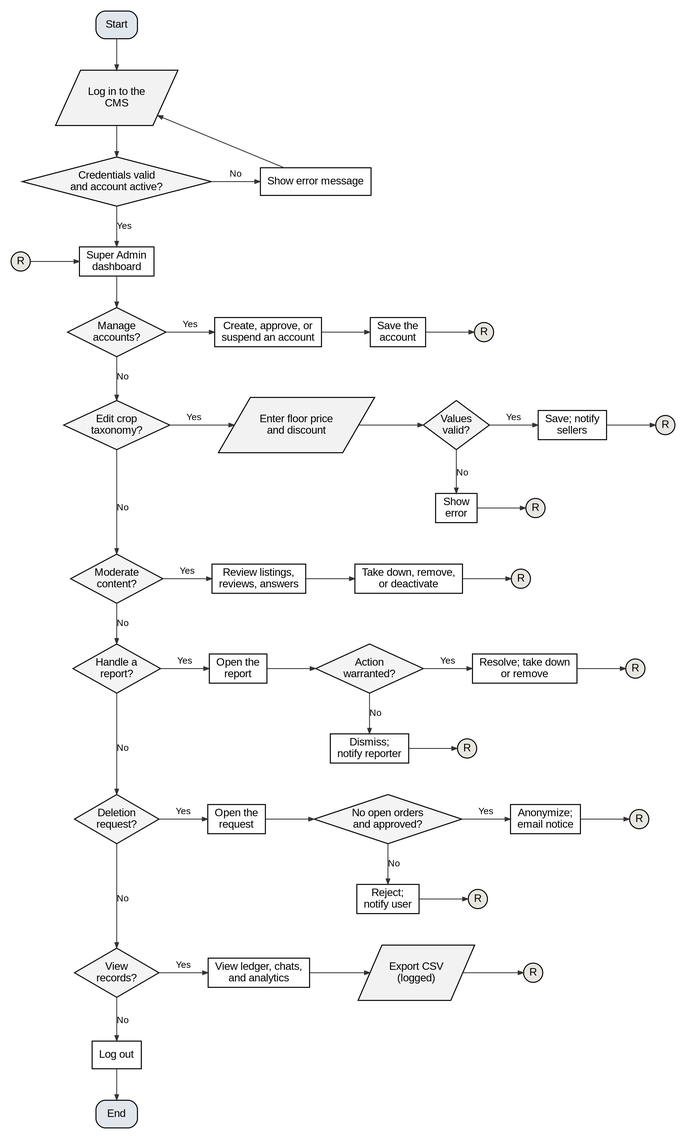
Earlier version of the Graphviz export docs/manuscript/figures/fig5b_flow_super_admin.png (shawncastaneda11-commits/anihow-backend). Its source is kept beside it as docs/manuscript/figures/src/fig5b_flow_super_admin.dot.
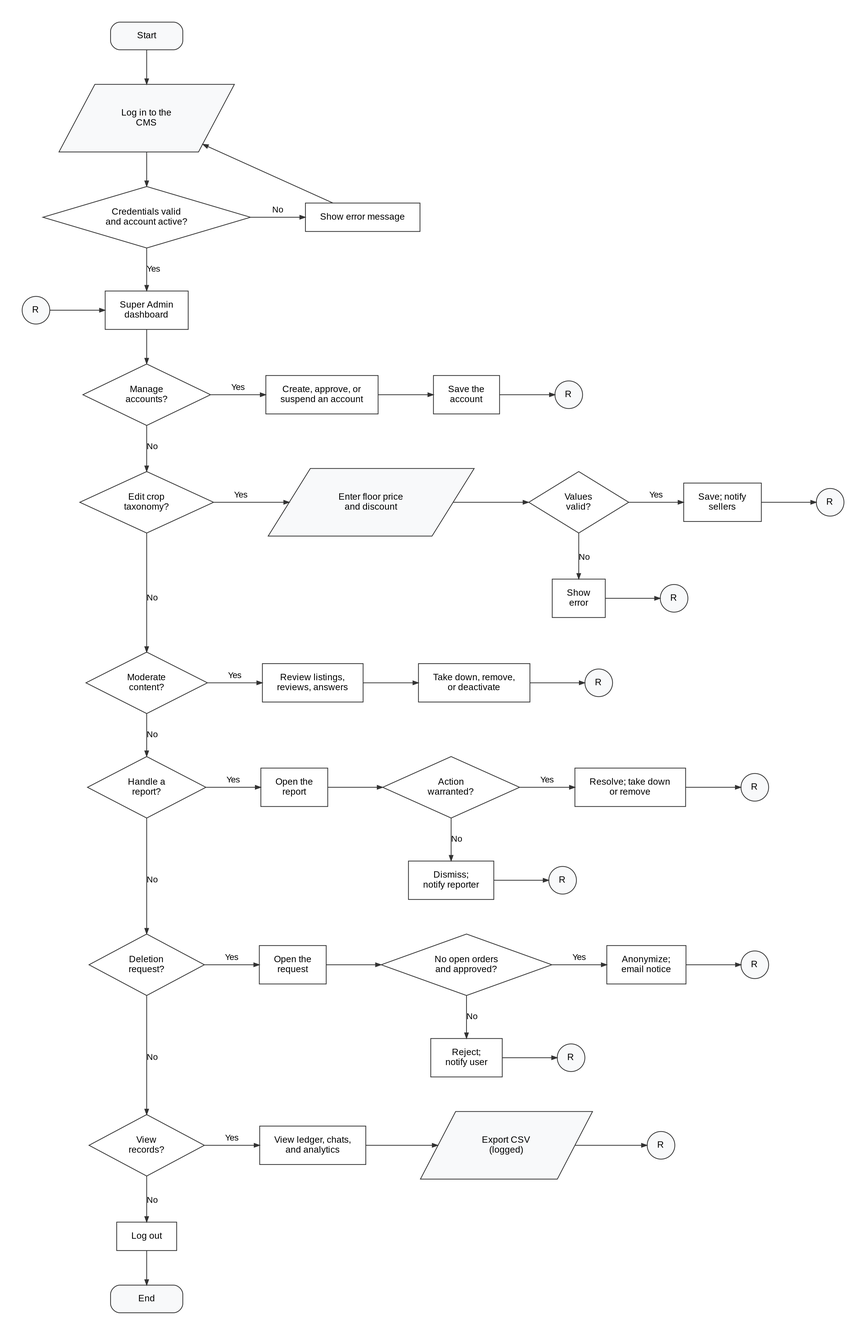
The same diagram one commit later.

Change to the diagram source:
```diff
@@ -1,15 +1,15 @@
 digraph G {
-  graph [rankdir=TB, nodesep=0.45, ranksep=0.55, pad=0.2, fontname="Liberation Sans", newrank=true, splines=polyline];
-  node  [fontname="Liberation Sans", fontsize=14, penwidth=1.3, style=filled, fillcolor="#FFFFFF", margin="0.12,0.06"];
-  edge  [penwidth=1.1, arrowsize=0.7, color="#333333", fontname="Liberation Sans", fontsize=12];
-  s [shape=box, style="rounded,filled", fillcolor="#E1E6ED", label="Start"];
-  li [shape=parallelogram, fillcolor="#F2F2F2", label="Log in to the\nCMS", margin="0.02,0.04"];
-  ok [shape=diamond, fillcolor="#F4F4F4", label="Credentials valid\nand account active?", margin="0.02,0.02"];
+  graph [rankdir=TB, nodesep=0.5, ranksep=0.6, pad=0.4, fontname="Liberation Sans", newrank=true, splines=polyline, bgcolor="white"];
+  node  [fontname="Liberation Sans", fontsize=12, penwidth=1, color="#333333", style=filled, fillcolor="#FFFFFF", margin="0.26,0.16"];
+  edge  [penwidth=1, arrowsize=0.7, color="#333333", fontname="Liberation Sans", fontsize=11];
+  s [shape=box, style="rounded,filled", fillcolor="#F8F9FA", width=1.3, height=0.5, margin="0.2,0.1", label="Start"];
+  li [shape=parallelogram, fillcolor="#F8F9FA", label="Log in to the\nCMS", margin="0.30,0.12"];
+  ok [shape=diamond, fillcolor="#FFFFFF", label="Credentials valid\nand account active?", margin="0.20,0.10"];
   err [shape=box, label="Show error message"];
-  ain [shape=circle, width=0.35, fixedsize=true, fillcolor="#E8E6E0", label="R"];
+  ain [shape=circle, width=0.5, fixedsize=true, fillcolor="#F8F9FA", label="R"];
   home [shape=box, label="Super Admin\ndashboard"];
   lo [shape=box, label="Log out"];
-  end [shape=box, style="rounded,filled", fillcolor="#E1E6ED", label="End"];
+  end [shape=box, style="rounded,filled", fillcolor="#F8F9FA", width=1.3, height=0.5, margin="0.2,0.1", label="End"];
   s -> li;
   li -> ok;
   ok -> err [label="No"];
@@ -18,79 +18,79 @@
   ain -> home;
   {rank=same; ok err}
   {rank=same; home ain}
-  q0 [shape=diamond, fillcolor="#F4F4F4", label="Manage\naccounts?", margin="0.02,0.02"];
+  q0 [shape=diamond, fillcolor="#FFFFFF", label="Manage\naccounts?", margin="0.20,0.10"];
   home -> q0;
   s0_0 [shape=box, label="Create, approve, or\nsuspend an account"];
   q0 -> s0_0 [label="Yes"];
   s0_1 [shape=box, label="Save the\naccount"];
   s0_0 -> s0_1;
-  r0 [shape=circle, width=0.35, fixedsize=true, fillcolor="#E8E6E0", label="R"];
+  r0 [shape=circle, width=0.5, fixedsize=true, fillcolor="#F8F9FA", label="R"];
   s0_1 -> r0;
   {rank=same; q0; s0_0; s0_1; r0}
-  q1 [shape=diamond, fillcolor="#F4F4F4", label="Edit crop\ntaxonomy?", margin="0.02,0.02"];
+  q1 [shape=diamond, fillcolor="#FFFFFF", label="Edit crop\ntaxonomy?", margin="0.20,0.10"];
   q0 -> q1 [label="No"];
-  s1_0 [shape=parallelogram, fillcolor="#F2F2F2", label="Enter floor price\nand discount", margin="0.02,0.04"];
+  s1_0 [shape=parallelogram, fillcolor="#F8F9FA", label="Enter floor price\nand discount", margin="0.30,0.12"];
   q1 -> s1_0 [label="Yes"];
-  s1_1 [shape=diamond, fillcolor="#F4F4F4", label="Values\nvalid?", margin="0.02,0.02"];
+  s1_1 [shape=diamond, fillcolor="#FFFFFF", label="Values\nvalid?", margin="0.20,0.10"];
   s1_0 -> s1_1;
   a1_1 [shape=box, label="Show\nerror"];
-  xa1_1 [shape=circle, width=0.35, fixedsize=true, fillcolor="#E8E6E0", label="R"];
+  xa1_1 [shape=circle, width=0.5, fixedsize=true, fillcolor="#F8F9FA", label="R"];
   s1_1 -> a1_1 [label="No"];
   a1_1 -> xa1_1;
   {rank=same; a1_1; xa1_1}
   s1_2 [shape=box, label="Save; notify\nsellers"];
   s1_1 -> s1_2 [label="Yes"];
-  r1 [shape=circle, width=0.35, fixedsize=true, fillcolor="#E8E6E0", label="R"];
+  r1 [shape=circle, width=0.5, fixedsize=true, fillcolor="#F8F9FA", label="R"];
   s1_2 -> r1;
   {rank=same; q1; s1_0; s1_1; s1_2; r1}
-  q2 [shape=diamond, fillcolor="#F4F4F4", label="Moderate\ncontent?", margin="0.02,0.02"];
+  q2 [shape=diamond, fillcolor="#FFFFFF", label="Moderate\ncontent?", margin="0.20,0.10"];
   q1 -> q2 [label="No", minlen=2];
   s2_0 [shape=box, label="Review listings,\nreviews, answers"];
   q2 -> s2_0 [label="Yes"];
   s2_1 [shape=box, label="Take down, remove,\nor deactivate"];
   s2_0 -> s2_1;
-  r2 [shape=circle, width=0.35, fixedsize=true, fillcolor="#E8E6E0", label="R"];
+  r2 [shape=circle, width=0.5, fixedsize=true, fillcolor="#F8F9FA", label="R"];
   s2_1 -> r2;
   {rank=same; q2; s2_0; s2_1; r2}
-  q3 [shape=diamond, fillcolor="#F4F4F4", label="Handle a\nreport?", margin="0.02,0.02"];
+  q3 [shape=diamond, fillcolor="#FFFFFF", label="Handle a\nreport?", margin="0.20,0.10"];
   q2 -> q3 [label="No"];
   s3_0 [shape=box, label="Open the\nreport"];
   q3 -> s3_0 [label="Yes"];
-  s3_1 [shape=diamond, fillcolor="#F4F4F4", label="Action\nwarranted?", margin="0.02,0.02"];
+  s3_1 [shape=diamond, fillcolor="#FFFFFF", label="Action\nwarranted?", margin="0.20,0.10"];
   s3_0 -> s3_1;
   a3_1 [shape=box, label="Dismiss;\nnotify reporter"];
-  xa3_1 [shape=circle, width=0.35, fixedsize=true, fillcolor="#E8E6E0", label="R"];
+  xa3_1 [shape=circle, width=0.5, fixedsize=true, fillcolor="#F8F9FA", label="R"];
   s3_1 -> a3_1 [label="No"];
   a3_1 -> xa3_1;
   {rank=same; a3_1; xa3_1}
   s3_2 [shape=box, label="Resolve; take down\nor remove"];
   s3_1 -> s3_2 [label="Yes"];
-  r3 [shape=circle, width=0.35, fixedsize=true, fillcolor="#E8E6E0", label="R"];
+  r3 [shape=circle, width=0.5, fixedsize=true, fillcolor="#F8F9FA", label="R"];
   s3_2 -> r3;
   {rank=same; q3; s3_0; s3_1; s3_2; r3}
-  q4 [shape=diamond, fillcolor="#F4F4F4", label="Deletion\nrequest?", margin="0.02,0.02"];
+  q4 [shape=diamond, fillcolor="#FFFFFF", label="Deletion\nrequest?", margin="0.20,0.10"];
   q3 -> q4 [label="No", minlen=2];
   s4_0 [shape=box, label="Open the\nrequest"];
   q4 -> s4_0 [label="Yes"];
-  s4_1 [shape=diamond, fillcolor="#F4F4F4", label="No open orders\nand approved?", margin="0.02,0.02"];
+  s4_1 [shape=diamond, fillcolor="#FFFFFF", label="No open orders\nand approved?", margin="0.20,0.10"];
   s4_0 -> s4_1;
   a4_1 [shape=box, label="Reject;\nnotify user"];
-  xa4_1 [shape=circle, width=0.35, fixedsize=true, fillcolor="#E8E6E0", label="R"];
+  xa4_1 [shape=circle, width=0.5, fixedsize=true, fillcolor="#F8F9FA", label="R"];
   s4_1 -> a4_1 [label="No"];
   a4_1 -> xa4_1;
   {rank=same; a4_1; xa4_1}
   s4_2 [shape=box, label="Anonymize;\nemail notice"];
   s4_1 -> s4_2 [label="Yes"];
-  r4 [shape=circle, width=0.35, fixedsize=true, fillcolor="#E8E6E0", label="R"];
+  r4 [shape=circle, width=0.5, fixedsize=true, fillcolor="#F8F9FA", label="R"];
   s4_2 -> r4;
   {rank=same; q4; s4_0; s4_1; s4_2; r4}
-  q5 [shape=diamond, fillcolor="#F4F4F4", label="View\nrecords?", margin="0.02,0.02"];
+  q5 [shape=diamond, fillcolor="#FFFFFF", label="View\nrecords?", margin="0.20,0.10"];
   q4 -> q5 [label="No", minlen=2];
   s5_0 [shape=box, label="View ledger, chats,\nand analytics"];
   q5 -> s5_0 [label="Yes"];
-  s5_1 [shape=parallelogram, fillcolor="#F2F2F2", label="Export CSV\n(logged)", margin="0.02,0.04"];
+  s5_1 [shape=parallelogram, fillcolor="#F8F9FA", label="Export CSV\n(logged)", margin="0.30,0.12"];
   s5_0 -> s5_1;
-  r5 [shape=circle, width=0.35, fixedsize=true, fillcolor="#E8E6E0", label="R"];
+  r5 [shape=circle, width=0.5, fixedsize=true, fillcolor="#F8F9FA", label="R"];
   s5_1 -> r5;
   {rank=same; q5; s5_0; s5_1; r5}
   q5 -> lo [label="No"];
```
